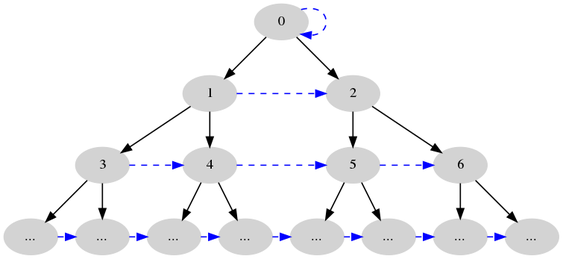
The Graphviz diagram figures/chapter2/tdgraph.png in jharwell/phd-thesis, before a commit. Its source is kept beside it as figures/chapter2/tdgraph.dot.
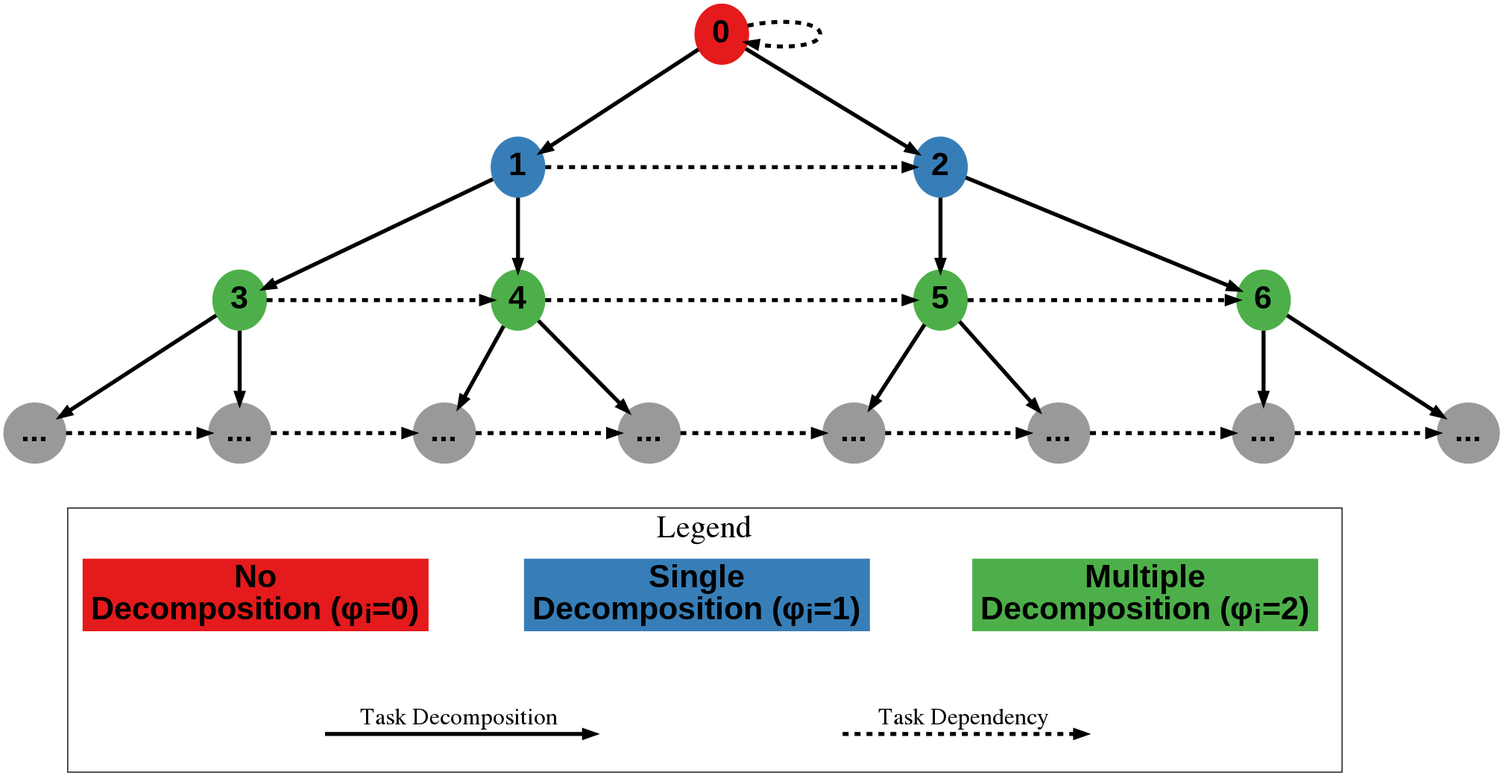
After the change.

Commit message:
Fixup some of the AAMAS figures to be much more standalone

Change to the diagram source:
```diff
@@ -1,35 +1,78 @@
 digraph tdgraph {
-        node [color=lightgray, style=filled];
-        graph [ordering="out"];
-        edge[penwidth=1.25]
+        nodesep=1.0
+        ranksep=1.0
+        rankdir=TB
+        newrank=true
+        node [style=filled,fontsize=32,fontname="arial bold",colorscheme=set19];
+        edge[penwidth=4]
         {
                 rank=0;
-                "0" [label="0"];
+                "0" [label="0",color=1];
         }
         {
                 rank=1;
-                "1" [label="1"];
-                "2" [label="2"];
+                "1" [label="1",color=2];
+                "2" [label="2",color=2];
         }
         {
                 rank=2
-                "3" [label="3"];
-                "4" [label="4"];
-                "5" [label="5"];
-                "6" [label="6"];
+                "3" [label="3",color=3];
+                "4" [label="4",color=3];
+                "5" [label="5",color=3];
+                "6" [label="6",color=3];
         }
         {
                 rank=3;
 
-                "7" [label="..."];
-                "8" [label="..."];
-                "9" [label="..."];
-                "10" [label="..."];
-                "11" [label="..."];
-                "12" [label="..."];
-                "13" [label="..."];
-                "14" [label="..."];
+                "7" [label="...",color=9];
+                "8" [label="...",color=9];
+                "9" [label="...",color=9];
+                "10" [label="...",color=9];
+                "11" [label="...",color=9];
+                "12" [label="...",color=9];
+                "13" [label="...",color=9];
+                "14" [label="...",color=9];
         }
+        {
+                rank=4
+                subgraph cluster1 {
+
+                        label = "Legend";
+                        fontsize=32;
+                        nodesep=1.0
+                        d0 [label=<No<br></br>Decomposition (&phi;<SUB>i</SUB>=0)>,
+                            color=1,
+                            shape=record];
+                        d1 [label=<Single<br></br>Decomposition (&phi;<SUB>i</SUB>=1)>,
+                            color=2,
+                            shape=record];
+                        d2 [label=<Multiple<br></br>Decomposition (&phi;<SUB>i</SUB>=2)>,
+                            color=3,
+                            shape=record];
+                        t15, t16, t17, t18, t19,t20 [style=invis]
+                        {rank=same d0, d1, d2}
+
+
+                        node[shape=point,fontsize=32]
+                        {
+
+                                t16 -> t17 [label="Task Decomposition",
+                                          fontsize=24,
+                                          constraint=false];
+
+                                t18 -> t19 [label="Task Dependency",
+                                            style=dashed,
+                                            color=black,
+                                            fontsize=24,
+                                            constraint=false];
+
+                        }
+
+                  }
+
+        }
+
+        edge[color=black];
 
         "0" -> "1"
         "0" -> "2";
@@ -49,9 +92,25 @@
         "6" -> "13";
         "6" -> "14";
 
-        "0" -> "0" [color=blue,constraint=false,style=dashed];
-        "1" -> "2" [color=blue,constraint=false,style=dashed];
-        "3" -> "4" -> "5" -> "6" [color=blue,constraint=false,style=dashed];
-        "7" -> "8" -> "9" -> "10" -> "11" -> "12" -> "13" -> "14" [color=blue,constraint=false,style=dashed];
+        "8" -> d0[style=invis]
+        "9" -> d0[style=invis]
+        "10" -> d1[style=invis]
+        "11" -> d1[style=invis]
+        "12" -> d2[style=invis]
+        "13" -> d2[style=invis]
+
+        d0 -> t15[style=invis]
+        d0 -> t16[style=invis]
+        d1 -> t17[style=invis]
+        d1 -> t18[style=invis]
+        d2 -> t19[style=invis]
+        d2 -> t20[style=invis]
+
+
+        edge[constraint=false, style=dashed,color=black];
+        "0" -> "0";
+        "1" -> "2";
+        "3" -> "4" -> "5" -> "6";
+        "7" -> "8" -> "9" -> "10" -> "11" -> "12" -> "13" -> "14";
 
         }
```
